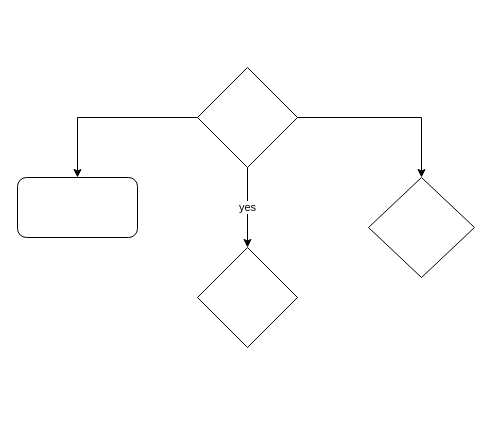
This is Untitled Diagram.drawio from emranmowahid/emran_mowahid, a draw.io file, before an edit. Source tidied: cells renumbered, new cells numbered last; positions are measured from the earlier drawing's top-left corner, leaving out a move shared by most shapes. Both pictures are drawn from the tidied source at 100%, with x=0, y=0 at pixel (17, 67).
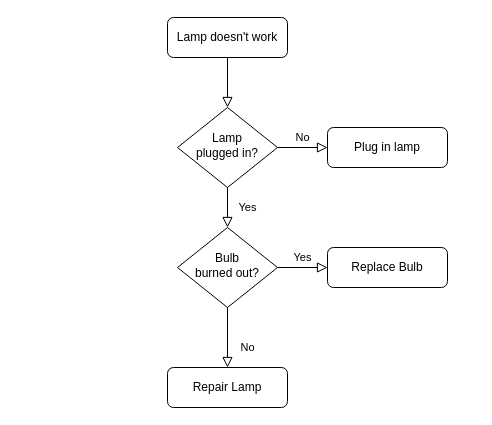
Above is the later version.

The edit, as a diff of the source:
```diff
@@
 <mxGraphModel>
   <root>
     <mxCell id="0" />
     <mxCell id="1" parent="0" />
-    <mxCell id="2" value="yes" style="edgeStyle=orthogonalEdgeStyle;rounded=0;jettySize=auto;html=1;verticalAlign=middle;" parent="1" edge="1" source="5" target="6">
-      <mxGeometry relative="1" as="geometry" />
-    </mxCell>
-    <mxCell id="3" style="edgeStyle=orthogonalEdgeStyle;rounded=0;jettySize=auto;html=1;entryX=0.5;entryY=0;entryDx=0;entryDy=0;" parent="1" edge="1" source="5" target="8">
-      <mxGeometry relative="1" as="geometry" />
-    </mxCell>
-    <mxCell id="4" style="edgeStyle=orthogonalEdgeStyle;rounded=0;jettySize=auto;html=1;" parent="1" edge="1" source="5" target="7">
-      <mxGeometry relative="1" as="geometry" />
-    </mxCell>
-    <mxCell id="5" style="rhombus;whiteSpace=wrap;html=1;" parent="1" vertex="1">
-      <mxGeometry x="180" width="100" height="100" as="geometry" />
-    </mxCell>
-    <mxCell id="6" style="rhombus;whiteSpace=wrap;html=1;" parent="1" vertex="1">
-      <mxGeometry x="180" y="180" width="100" height="100" as="geometry" />
-    </mxCell>
-    <mxCell id="7" style="rounded=1;whiteSpace=wrap;html=1;" parent="1" vertex="1">
-      <mxGeometry y="110" width="120" height="60" as="geometry" />
-    </mxCell>
-    <mxCell id="8" style="rhombus;whiteSpace=wrap;html=1;" parent="1" vertex="1">
-      <mxGeometry x="351" y="110" width="106" height="100" as="geometry" />
-    </mxCell>
+    <mxCell id="9" style="rounded=0;html=1;jettySize=auto;fontSize=11;endArrow=block;endFill=0;endSize=8;strokeWidth=1;shadow=0;labelBackgroundColor=none;edgeStyle=orthogonalEdgeStyle;" parent="1" edge="1" source="10" target="13">
+      <mxGeometry relative="1" as="geometry" />
+    </mxCell>
+    <mxCell id="10" value="Lamp doesn't work" style="rounded=1;whiteSpace=wrap;html=1;fontSize=12;glass=0;strokeWidth=1;shadow=0;" parent="1" vertex="1">
+      <mxGeometry x="150" y="-50" width="120" height="40" as="geometry" />
+    </mxCell>
+    <mxCell id="11" value="Yes" style="rounded=0;html=1;jettySize=auto;fontSize=11;endArrow=block;endFill=0;endSize=8;strokeWidth=1;shadow=0;labelBackgroundColor=none;edgeStyle=orthogonalEdgeStyle;" parent="1" edge="1" source="13" target="17">
+      <mxGeometry y="20" relative="1" as="geometry" />
+    </mxCell>
+    <mxCell id="12" value="No" style="edgeStyle=orthogonalEdgeStyle;rounded=0;html=1;jettySize=auto;fontSize=11;endArrow=block;endFill=0;endSize=8;strokeWidth=1;shadow=0;labelBackgroundColor=none;" parent="1" edge="1" source="13" target="14">
+      <mxGeometry y="10" relative="1" as="geometry" />
+    </mxCell>
+    <mxCell id="13" value="Lamp&lt;br&gt;plugged in?" style="rhombus;whiteSpace=wrap;html=1;shadow=0;fontFamily=Helvetica;fontSize=12;align=center;strokeWidth=1;spacing=6;spacingTop=-4;" parent="1" vertex="1">
+      <mxGeometry x="160" y="40" width="100" height="80" as="geometry" />
+    </mxCell>
+    <mxCell id="14" value="Plug in lamp" style="rounded=1;whiteSpace=wrap;html=1;fontSize=12;glass=0;strokeWidth=1;shadow=0;" parent="1" vertex="1">
+      <mxGeometry x="310" y="60" width="120" height="40" as="geometry" />
+    </mxCell>
+    <mxCell id="15" value="No" style="rounded=0;html=1;jettySize=auto;fontSize=11;endArrow=block;endFill=0;endSize=8;strokeWidth=1;shadow=0;labelBackgroundColor=none;edgeStyle=orthogonalEdgeStyle;" parent="1" edge="1" source="17" target="18">
+      <mxGeometry x="0.33" y="20" relative="1" as="geometry" />
+    </mxCell>
+    <mxCell id="16" value="Yes" style="edgeStyle=orthogonalEdgeStyle;rounded=0;html=1;jettySize=auto;fontSize=11;endArrow=block;endFill=0;endSize=8;strokeWidth=1;shadow=0;labelBackgroundColor=none;" parent="1" edge="1" source="17" target="19">
+      <mxGeometry y="10" relative="1" as="geometry" />
+    </mxCell>
+    <mxCell id="17" value="Bulb&lt;br&gt;burned out?" style="rhombus;whiteSpace=wrap;html=1;shadow=0;fontFamily=Helvetica;fontSize=12;align=center;strokeWidth=1;spacing=6;spacingTop=-4;" parent="1" vertex="1">
+      <mxGeometry x="160" y="160" width="100" height="80" as="geometry" />
+    </mxCell>
+    <mxCell id="18" value="Repair Lamp" style="rounded=1;whiteSpace=wrap;html=1;fontSize=12;glass=0;strokeWidth=1;shadow=0;" parent="1" vertex="1">
+      <mxGeometry x="150" y="300" width="120" height="40" as="geometry" />
+    </mxCell>
+    <mxCell id="19" value="Replace Bulb" style="rounded=1;whiteSpace=wrap;html=1;fontSize=12;glass=0;strokeWidth=1;shadow=0;" parent="1" vertex="1">
+      <mxGeometry x="310" y="180" width="120" height="40" as="geometry" />
+    </mxCell>
   </root>
 </mxGraphModel>
```
